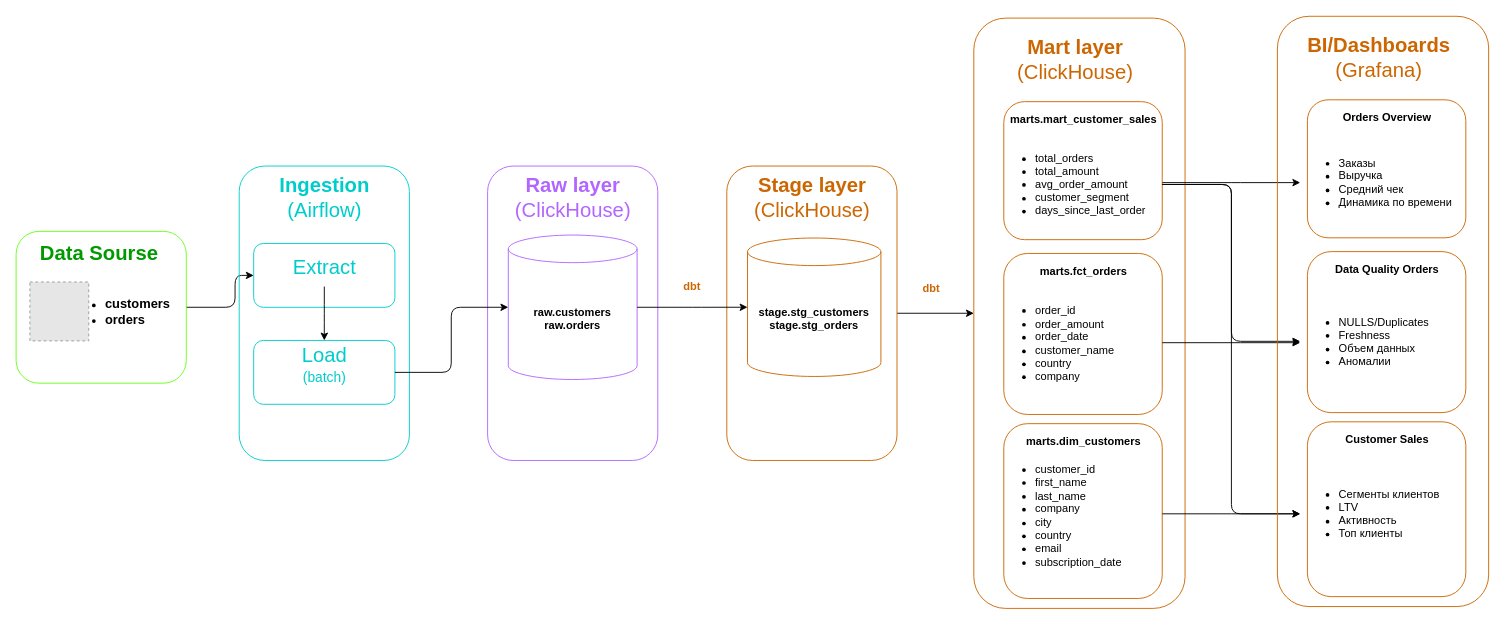
The draw.io diagram DFD.drawio in dudyaosuplayer/etl_ch_monitoring_dbt, before the edit. Source tidied: cells renumbered, new cells numbered last; positions are measured from the earlier drawing's top-left corner, leaving out a move shared by most shapes. Both pictures are drawn from the tidied source at 92%, with x=0, y=0 at pixel (25, 26). Pictures stored in the file or linked from it are replaced by grey dashed boxes.
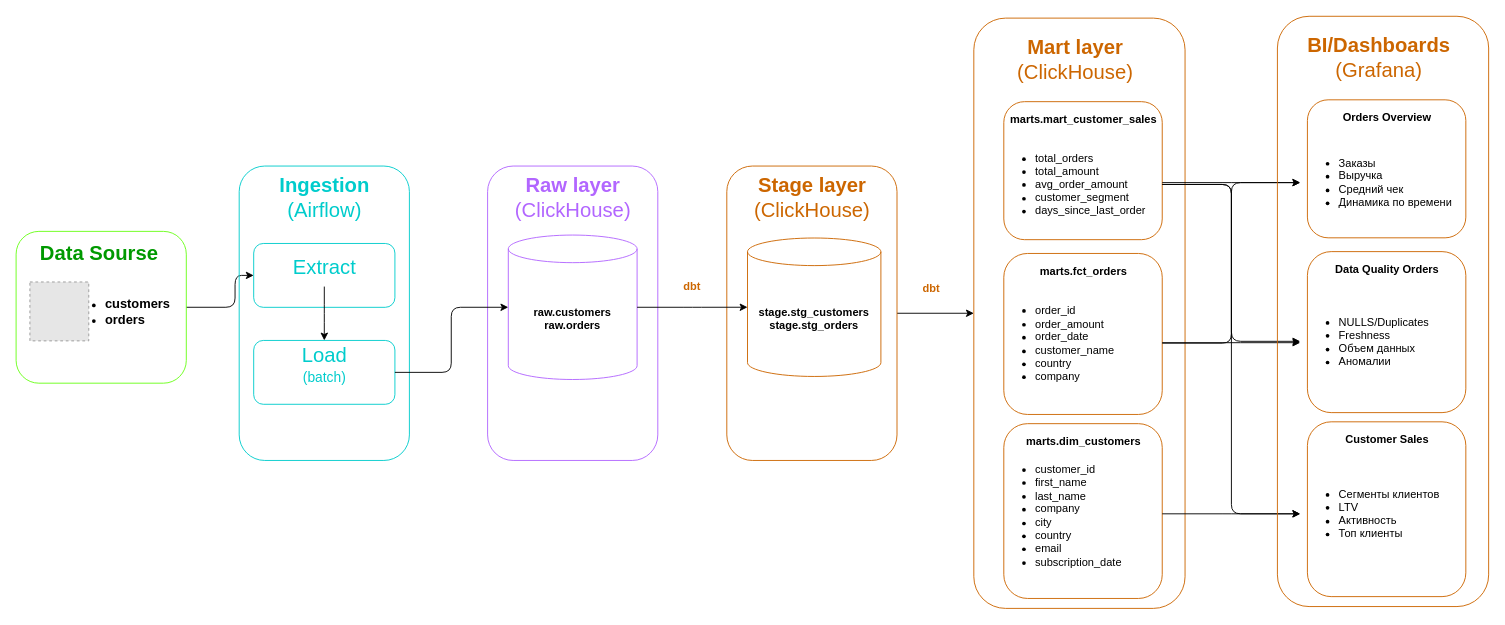
The same diagram, later.

Unchanged cells that the change refers to:
```xml
<mxCell id="35" value="&lt;ul&gt;&lt;li&gt;order_id&lt;/li&gt;&lt;li&gt;order_amount&lt;/li&gt;&lt;li&gt;order_date&lt;/li&gt;&lt;li&gt;customer_name&lt;/li&gt;&lt;li&gt;country&lt;/li&gt;&lt;li&gt;company&lt;/li&gt;&lt;/ul&gt;" style="text;strokeColor=none;fillColor=none;html=1;whiteSpace=wrap;verticalAlign=middle;overflow=hidden;" parent="1" vertex="1">
  <mxGeometry x="1055.8" y="277" width="180" height="135" as="geometry" />
</mxCell>
<mxCell id="44" value="&lt;ul&gt;&lt;li&gt;Заказы&lt;/li&gt;&lt;li&gt;Выручка&lt;/li&gt;&lt;li&gt;Средний чек&lt;/li&gt;&lt;li&gt;Динамика по времени&lt;/li&gt;&lt;/ul&gt;" style="text;strokeColor=none;fillColor=none;html=1;whiteSpace=wrap;verticalAlign=middle;overflow=hidden;" parent="1" vertex="1">
  <mxGeometry x="1385.8" y="110" width="180" height="120" as="geometry" />
</mxCell>
```

What changed in the source:
```diff
@@
+    <mxCell id="52" style="edgeStyle=elbowEdgeStyle;html=1;" parent="1" edge="1" source="35" target="44">
+      <mxGeometry relative="1" as="geometry" />
+    </mxCell>
```
